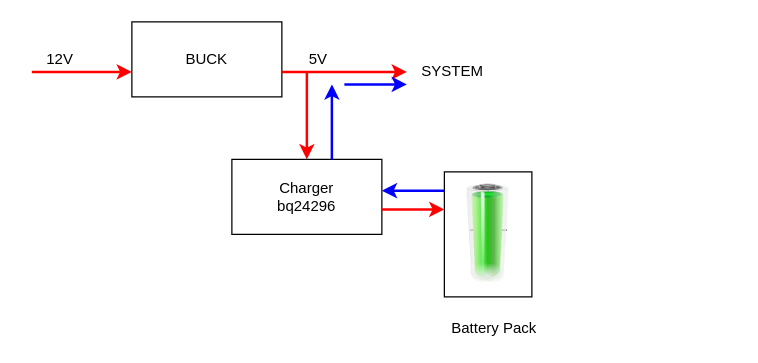
Earlier version of the draw.io diagram BAT.drawio (anhvanthe/01_my_drawio). Source tidied: cells renumbered, new cells numbered last; positions are measured from the earlier drawing's top-left corner, leaving out a move shared by most shapes. Both pictures are drawn from the tidied source at 125%, with x=0, y=0 at pixel (31, 21).
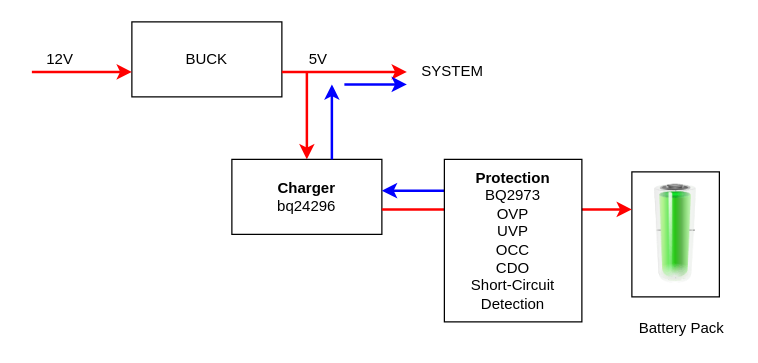
The same page after the edit.

What changed in the source:
```diff
@@
     <mxCell id="2" style="rounded=0;whiteSpace=wrap;html=1;" parent="1" vertex="1">
-      <mxGeometry x="330" y="120" width="70" height="100" as="geometry" />
+      <mxGeometry x="480" y="120" width="70" height="100" as="geometry" />
     </mxCell>
@@
-    <mxCell id="10" value="Charger&lt;br&gt;bq24296" style="rounded=0;whiteSpace=wrap;html=1;" parent="1" vertex="1">
+    <mxCell id="10" value="&lt;b&gt;Charger&lt;/b&gt;&lt;br&gt;bq24296" style="rounded=0;whiteSpace=wrap;html=1;" parent="1" vertex="1">
       <mxGeometry x="160" y="110" width="120" height="60" as="geometry" />
     </mxCell>
     <mxCell id="11" style="verticalLabelPosition=bottom;shadow=0;dashed=0;align=center;fillColor=#000000;html=1;verticalAlign=top;strokeWidth=1;shape=mxgraph.electrical.miscellaneous.monocell_battery;direction=north;" parent="1" vertex="1">
-      <mxGeometry x="350" y="135" width="30" height="70" as="geometry" />
+      <mxGeometry x="500" y="135" width="30" height="70" as="geometry" />
     </mxCell>
     <mxCell id="12" value="Battery Pack" style="text;html=1;align=left;verticalAlign=top;spacingTop=-4;" parent="1" vertex="1">
-      <mxGeometry x="334" y="235" width="80" height="20" as="geometry" />
+      <mxGeometry x="484" y="235" width="80" height="20" as="geometry" />
     </mxCell>
     <mxCell id="13" style="image;html=1;labelBackgroundColor=#ffffff;image=img/lib/clip_art/general/Battery_100_128x128.png;" parent="1" vertex="1">
-      <mxGeometry x="330" y="130" width="70" height="80" as="geometry" />
+      <mxGeometry x="480" y="130" width="70" height="80" as="geometry" />
     </mxCell>
@@
+    <mxCell id="18" value="&lt;b&gt;Protection&lt;/b&gt;&lt;br&gt;BQ2973&lt;br&gt;OVP&lt;br&gt;UVP&lt;br&gt;OCC&lt;br&gt;CDO&lt;br&gt;Short-Circuit Detection" style="rounded=0;whiteSpace=wrap;html=1;" parent="1" vertex="1">
+      <mxGeometry x="330" y="110" width="110" height="130" as="geometry" />
+    </mxCell>
```
